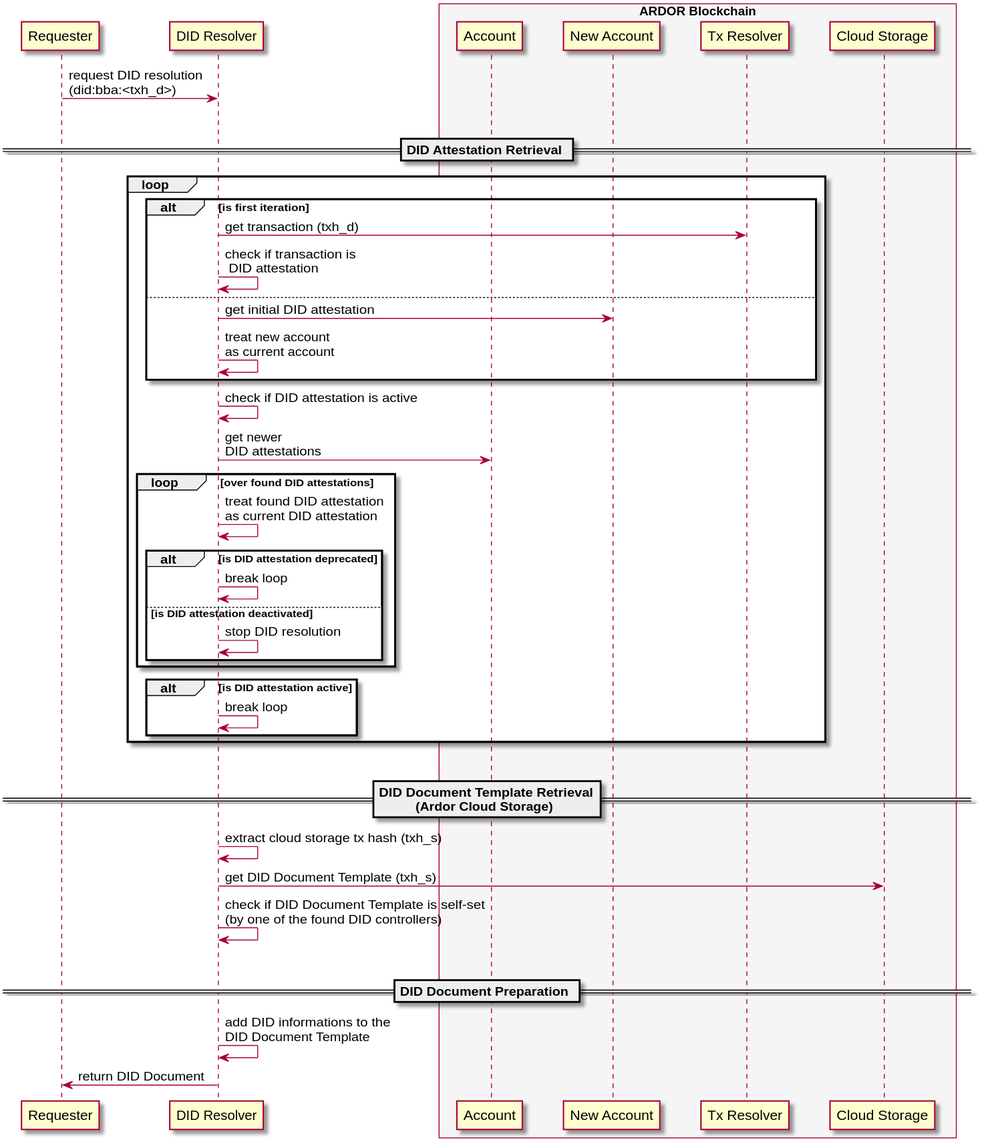
blobaa/bba-did-method-specification keeps this PlantUML diagram as docs/plantuml/out/did-resolve.svg. Above is the earlier version.
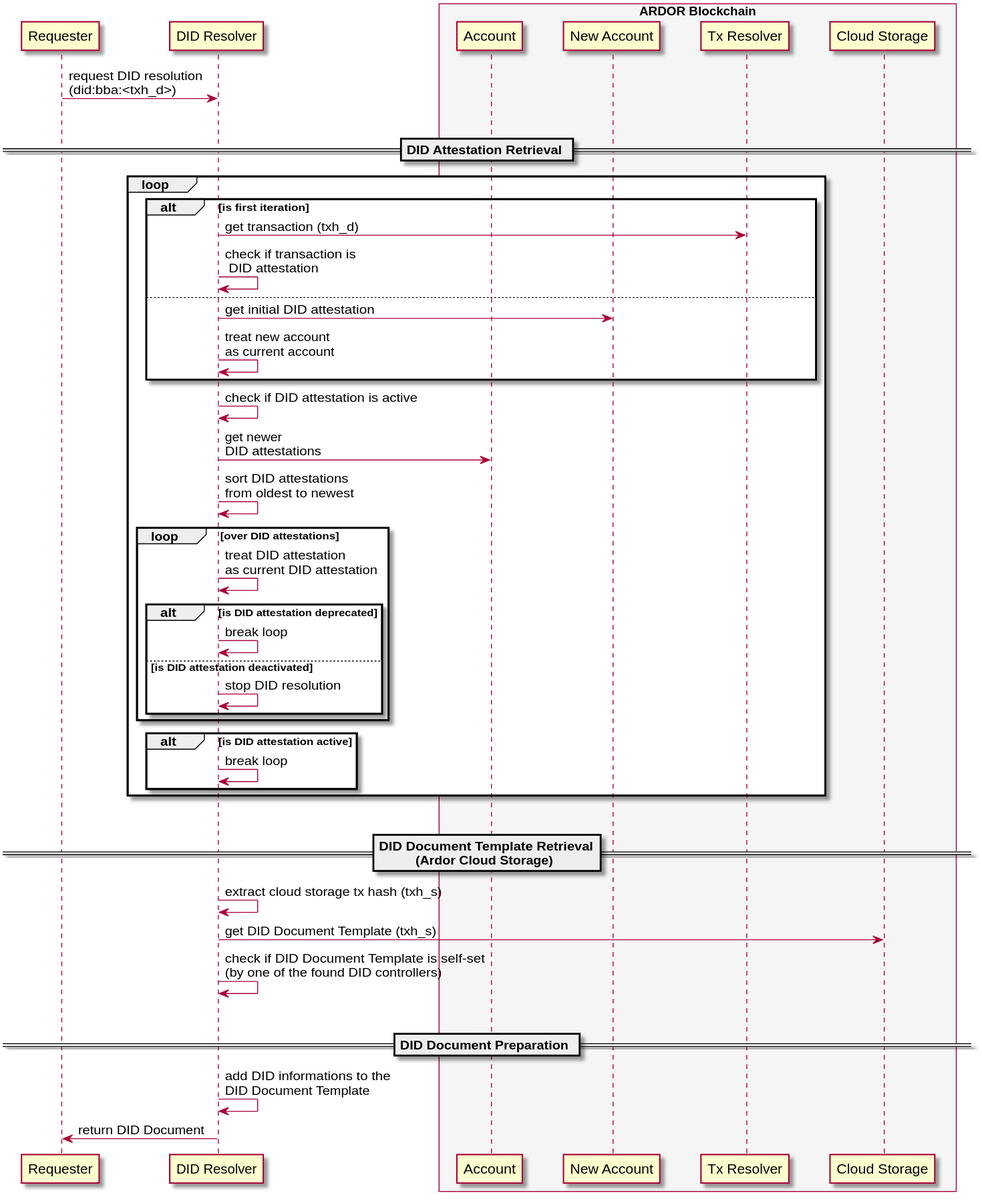
Later version of the same file.

What changed in the source:
```diff
@@ -31,9 +31,10 @@
 
     RES -> RES: check if DID attestation is active
     RES -> ATTE: get newer \nDID attestations
+    RES -> RES: sort DID attestations\nfrom oldest to newest
 
-    loop over found DID attestations
-        RES -> RES: treat found DID attestation\nas current DID attestation
+    loop over DID attestations
+        RES -> RES: treat DID attestation\nas current DID attestation
         alt is DID attestation deprecated
             RES -> RES: break loop
         else is DID attestation deactivated
```
